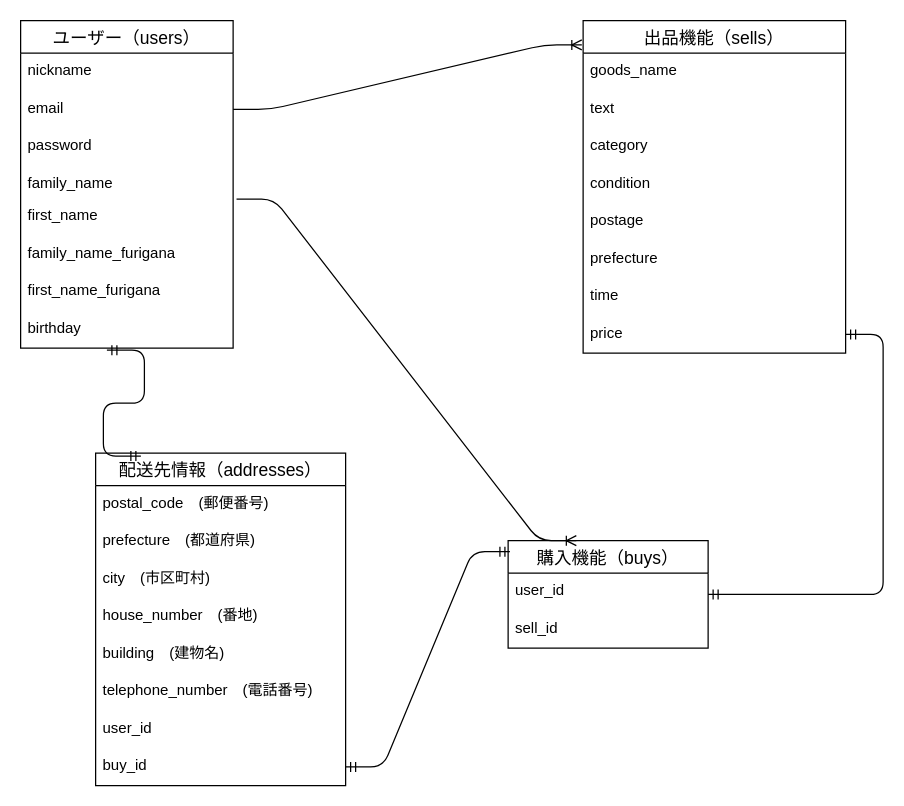
Above: furima.dio in uiyum/furima-37442 (draw.io), before the change. Source tidied: cells renumbered, new cells numbered last; positions are measured from the earlier drawing's top-left corner, leaving out a move shared by most shapes. Both pictures are drawn from the tidied source at 125%, with x=0, y=0 at pixel (20, 20).
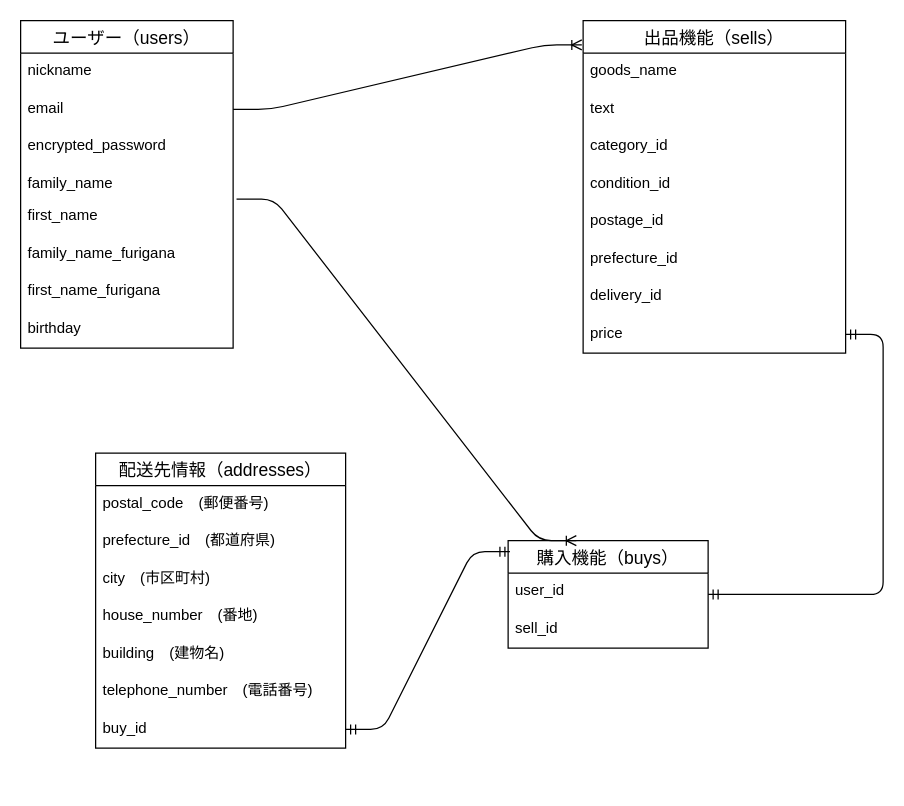
The same diagram, later.

The change refers to these unchanged cells:
```xml
<mxCell id="2" value="ユーザー（users）" style="swimlane;fontStyle=0;horizontal=1;startSize=26;align=center;fontSize=14;" parent="1" vertex="1">
  <mxGeometry width="170" height="262" as="geometry" />
</mxCell>
<mxCell id="10" value="birthday" style="text;strokeColor=none;fillColor=none;spacingLeft=4;spacingRight=4;overflow=hidden;points=[[0,0.5],[1,0.5]];portConstraint=eastwest;fontSize=12;" parent="2" vertex="1">
  <mxGeometry y="232" width="170" height="30" as="geometry" />
</mxCell>
<mxCell id="11" value="出品機能（sells）" style="swimlane;fontStyle=0;horizontal=1;startSize=26;align=center;fontSize=14;" parent="1" vertex="1">
  <mxGeometry x="450" width="210" height="266" as="geometry" />
</mxCell>
```

Diff of the diagram source:
```diff
@@
-    <mxCell id="5" value="password" style="text;strokeColor=none;fillColor=none;spacingLeft=4;spacingRight=4;overflow=hidden;fontSize=12;" parent="2" vertex="1">
+    <mxCell id="5" value="encrypted_password" style="text;strokeColor=none;fillColor=none;spacingLeft=4;spacingRight=4;overflow=hidden;fontSize=12;" parent="2" vertex="1">
       <mxGeometry y="86" width="170" height="30" as="geometry" />
     </mxCell>
@@
-    <mxCell id="14" value="category" style="text;strokeColor=none;fillColor=none;spacingLeft=4;spacingRight=4;overflow=hidden;fontSize=12;" parent="11" vertex="1">
+    <mxCell id="14" value="category_id" style="text;strokeColor=none;fillColor=none;spacingLeft=4;spacingRight=4;overflow=hidden;fontSize=12;" parent="11" vertex="1">
       <mxGeometry y="86" width="210" height="30" as="geometry" />
     </mxCell>
-    <mxCell id="15" value="condition" style="text;strokeColor=none;fillColor=none;spacingLeft=4;spacingRight=4;overflow=hidden;fontSize=12;" parent="11" vertex="1">
+    <mxCell id="15" value="condition_id" style="text;strokeColor=none;fillColor=none;spacingLeft=4;spacingRight=4;overflow=hidden;fontSize=12;" parent="11" vertex="1">
       <mxGeometry y="116" width="210" height="30" as="geometry" />
     </mxCell>
-    <mxCell id="16" value="postage" style="text;strokeColor=none;fillColor=none;spacingLeft=4;spacingRight=4;overflow=hidden;fontSize=12;" parent="11" vertex="1">
+    <mxCell id="16" value="postage_id" style="text;strokeColor=none;fillColor=none;spacingLeft=4;spacingRight=4;overflow=hidden;fontSize=12;" parent="11" vertex="1">
       <mxGeometry y="146" width="210" height="30" as="geometry" />
     </mxCell>
-    <mxCell id="17" value="prefecture" style="text;strokeColor=none;fillColor=none;spacingLeft=4;spacingRight=4;overflow=hidden;fontSize=12;" parent="11" vertex="1">
+    <mxCell id="17" value="prefecture_id" style="text;strokeColor=none;fillColor=none;spacingLeft=4;spacingRight=4;overflow=hidden;fontSize=12;" parent="11" vertex="1">
       <mxGeometry y="176" width="210" height="30" as="geometry" />
     </mxCell>
-    <mxCell id="18" value="time" style="text;strokeColor=none;fillColor=none;spacingLeft=4;spacingRight=4;overflow=hidden;fontSize=12;" parent="11" vertex="1">
+    <mxCell id="18" value="delivery_id" style="text;strokeColor=none;fillColor=none;spacingLeft=4;spacingRight=4;overflow=hidden;fontSize=12;" parent="11" vertex="1">
       <mxGeometry y="206" width="210" height="30" as="geometry" />
     </mxCell>
@@
     <mxCell id="26" value="配送先情報（addresses）" style="swimlane;fontStyle=0;horizontal=1;startSize=26;align=center;fontSize=14;" parent="1" vertex="1">
-      <mxGeometry x="60" y="346" width="200" height="266" as="geometry" />
+      <mxGeometry x="60" y="346" width="200" height="236" as="geometry" />
     </mxCell>
@@
-    <mxCell id="28" value="prefecture　(都道府県)" style="text;strokeColor=none;fillColor=none;spacingLeft=4;spacingRight=4;overflow=hidden;fontSize=12;" parent="26" vertex="1">
+    <mxCell id="28" value="prefecture_id　(都道府県)" style="text;strokeColor=none;fillColor=none;spacingLeft=4;spacingRight=4;overflow=hidden;fontSize=12;" parent="26" vertex="1">
       <mxGeometry y="56" width="200" height="30" as="geometry" />
     </mxCell>
@@
-    <mxCell id="33" value="user_id" style="text;strokeColor=none;fillColor=none;spacingLeft=4;spacingRight=4;overflow=hidden;fontSize=12;" parent="26" vertex="1">
-      <mxGeometry y="206" width="200" height="30" as="geometry" />
-    </mxCell>
     <mxCell id="34" value="buy_id" style="text;strokeColor=none;fillColor=none;spacingLeft=4;spacingRight=4;overflow=hidden;points=[[0,0.5],[1,0.5]];portConstraint=eastwest;fontSize=12;" parent="26" vertex="1">
-      <mxGeometry y="236" width="200" height="30" as="geometry" />
+      <mxGeometry y="206" width="200" height="30" as="geometry" />
     </mxCell>
@@
-    <mxCell id="36" style="edgeStyle=entityRelationEdgeStyle;fontSize=12;html=1;endArrow=ERmandOne;startArrow=ERmandOne;exitX=0.181;exitY=0.009;exitDx=0;exitDy=0;exitPerimeter=0;entryX=0.406;entryY=1.055;entryDx=0;entryDy=0;entryPerimeter=0;" parent="1" edge="1" source="26" target="10">
-      <mxGeometry relative="1" as="geometry" />
-    </mxCell>
```
